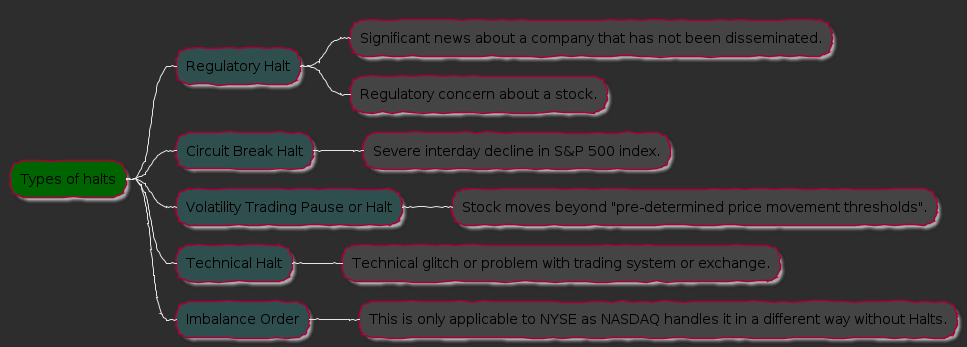
Earlier version of the PlantUML export 57/types_of_halts.png (ppatoria/SIE).
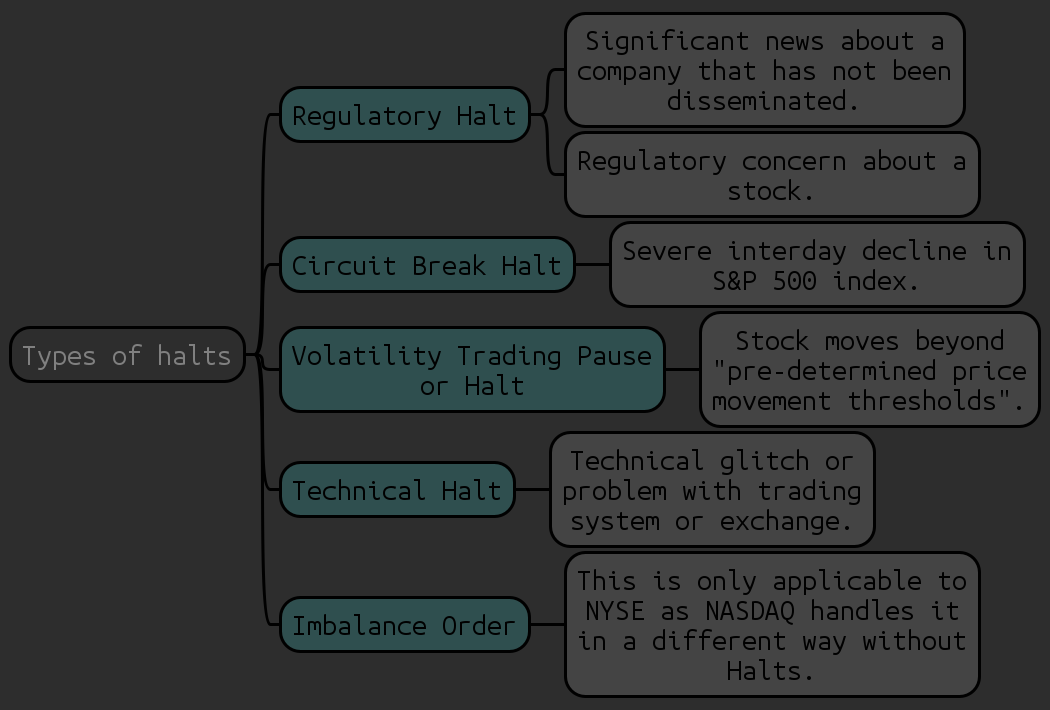
Above is the later version.

What changed in the source:
```diff
@@ -1,76 +1,5 @@
 @startmindmap
-
-skinparam backgroundColor #2D2D2D
-skinparam defaultFontColor #E6E6E6
-skinparam handwritten true
-skinparam shadowing<<with_shadow>> true
-skinparam arrowcolor #E6E6E6
-skinparam defaultfontsize 20
-skinparam defaultfontname "Ubuntu Mono"
-skinparam mindmapboxcolor  "darkslategray"
-<style>
-mindmapDiagram {
-        .darkkhaki {
-                BackgroundColor darkkhaki
-        }
-        .midnightblue {
-                BackgroundColor midnightblue
-                mindmapfontcolor white
-        }
-        .gray {
-                BackgroundColor gray
-        }
-        .darkgray {
-                BackgroundColor darkgray
-        }
-        .darkcyan {
-                BackgroundColor darkcyan
-        }
-        .darkslategrey {
-                BackgroundColor darkslategrey
-        }
-        .darkseagreen {
-                BackgroundColor darkseagreen
-        }
-        :depth(0) {
-                BackGroundColor DarkGreen
-                FontColor Black
-        }
-        :depth(1) {
-                BackGroundColor DarkSlateGray
-                FontColor Black
-        }
-        :depth(2) {
-                BackGroundColor #444444
-                FontColor Black
-        }
-        :depth(3) {
-                BackGroundColor darkcyan
-                FontColor Black
-        }
-        :depth(4) {
-                BackGroundColor Grey
-                FontColor Black
-        }
-        :depth(5) {
-                BackGroundColor #444444
-                FontColor Grey
-        }
-        :depth(6) {
-                BackGroundColor Black
-                FontColor Grey
-        }
-
-        :depth(7) {
-                BackGroundColor #2D2D2D
-                FontColor #E6E6E6
-        }
-
-        boxless {
-                FontColor #444444
-        }
-}
-</style>
+!include theme_mindmap.puml
 
 * Types of halts
 ** Regulatory Halt
```
